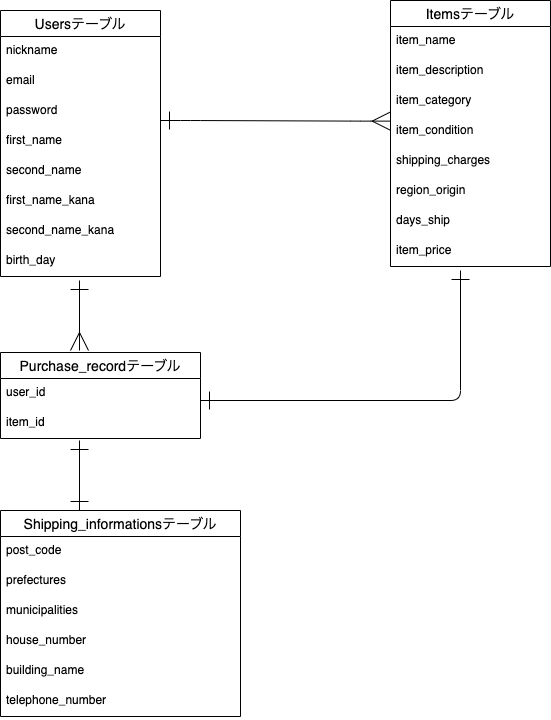
The draw.io diagram er.png in mitsunorinitta/furima-38492, before a commit. Source tidied: cells renumbered, new cells last; positions are measured from the earlier drawing's top-left corner, leaving out a move shared by most shapes. The source it was exported from:
```xml
<mxGraphModel background="#FFFFFF">
  <root>
    <mxCell id="0" />
    <mxCell id="1" parent="0" />
    <mxCell id="2" value="Usersテーブル" style="swimlane;fontStyle=0;horizontal=1;startSize=26;align=center;fontSize=14;" parent="1" vertex="1">
      <mxGeometry y="10" width="160" height="266" as="geometry" />
    </mxCell>
    <mxCell id="3" value="nickname" style="text;strokeColor=none;fillColor=none;spacingLeft=4;spacingRight=4;overflow=hidden;fontSize=12;" parent="2" vertex="1">
      <mxGeometry y="26" width="160" height="30" as="geometry" />
    </mxCell>
    <mxCell id="4" value="email" style="text;strokeColor=none;fillColor=none;spacingLeft=4;spacingRight=4;overflow=hidden;fontSize=12;" parent="2" vertex="1">
      <mxGeometry y="56" width="160" height="30" as="geometry" />
    </mxCell>
    <mxCell id="5" value="password" style="text;strokeColor=none;fillColor=none;spacingLeft=4;spacingRight=4;overflow=hidden;points=[[0,0.5],[1,0.5]];portConstraint=eastwest;fontSize=12;" parent="2" vertex="1">
      <mxGeometry y="86" width="160" height="30" as="geometry" />
    </mxCell>
    <mxCell id="6" value="first_name" style="text;strokeColor=none;fillColor=none;spacingLeft=4;spacingRight=4;overflow=hidden;fontSize=12;" parent="2" vertex="1">
      <mxGeometry y="116" width="160" height="30" as="geometry" />
    </mxCell>
    <mxCell id="7" value="second_name" style="text;strokeColor=none;fillColor=none;spacingLeft=4;spacingRight=4;overflow=hidden;fontSize=12;" parent="2" vertex="1">
      <mxGeometry y="146" width="160" height="30" as="geometry" />
    </mxCell>
    <mxCell id="8" value="first_name_kana" style="text;strokeColor=none;fillColor=none;spacingLeft=4;spacingRight=4;overflow=hidden;fontSize=12;" parent="2" vertex="1">
      <mxGeometry y="176" width="160" height="30" as="geometry" />
    </mxCell>
    <mxCell id="9" value="second_name_kana" style="text;strokeColor=none;fillColor=none;spacingLeft=4;spacingRight=4;overflow=hidden;fontSize=12;" parent="2" vertex="1">
      <mxGeometry y="206" width="160" height="30" as="geometry" />
    </mxCell>
    <mxCell id="10" value="birth_day" style="text;strokeColor=none;fillColor=none;spacingLeft=4;spacingRight=4;overflow=hidden;fontSize=12;" parent="2" vertex="1">
      <mxGeometry y="236" width="160" height="30" as="geometry" />
    </mxCell>
    <mxCell id="11" value="Itemsテーブル" style="swimlane;fontStyle=0;horizontal=1;startSize=26;align=center;fontSize=14;" parent="1" vertex="1">
      <mxGeometry x="390" width="160" height="266" as="geometry" />
    </mxCell>
    <mxCell id="12" value="item_name" style="text;strokeColor=none;fillColor=none;spacingLeft=4;spacingRight=4;overflow=hidden;fontSize=12;" parent="11" vertex="1">
      <mxGeometry y="26" width="160" height="30" as="geometry" />
    </mxCell>
    <mxCell id="13" value="item_description" style="text;strokeColor=none;fillColor=none;spacingLeft=4;spacingRight=4;overflow=hidden;fontSize=12;" parent="11" vertex="1">
      <mxGeometry y="56" width="160" height="30" as="geometry" />
    </mxCell>
    <mxCell id="14" value="item_category" style="text;strokeColor=none;fillColor=none;spacingLeft=4;spacingRight=4;overflow=hidden;fontSize=12;" parent="11" vertex="1">
      <mxGeometry y="86" width="160" height="30" as="geometry" />
    </mxCell>
    <mxCell id="15" value="item_condition" style="text;strokeColor=none;fillColor=none;spacingLeft=4;spacingRight=4;overflow=hidden;points=[[0,0.5],[1,0.5]];portConstraint=eastwest;fontSize=12;" parent="11" vertex="1">
      <mxGeometry y="116" width="160" height="30" as="geometry" />
    </mxCell>
    <mxCell id="16" value="shipping_charges" style="text;strokeColor=none;fillColor=none;spacingLeft=4;spacingRight=4;overflow=hidden;fontSize=12;" parent="11" vertex="1">
      <mxGeometry y="146" width="160" height="30" as="geometry" />
    </mxCell>
    <mxCell id="17" value="region_origin" style="text;strokeColor=none;fillColor=none;spacingLeft=4;spacingRight=4;overflow=hidden;fontSize=12;" parent="11" vertex="1">
      <mxGeometry y="176" width="160" height="30" as="geometry" />
    </mxCell>
    <mxCell id="18" value="days_ship" style="text;strokeColor=none;fillColor=none;spacingLeft=4;spacingRight=4;overflow=hidden;fontSize=12;" parent="11" vertex="1">
      <mxGeometry y="206" width="160" height="30" as="geometry" />
    </mxCell>
    <mxCell id="19" value="item_price" style="text;strokeColor=none;fillColor=none;spacingLeft=4;spacingRight=4;overflow=hidden;fontSize=12;" parent="11" vertex="1">
      <mxGeometry y="236" width="160" height="30" as="geometry" />
    </mxCell>
    <mxCell id="20" style="edgeStyle=none;html=1;strokeWidth=1;startArrow=ERone;startFill=0;endArrow=ERone;endFill=0;startSize=16;endSize=16;" parent="1" edge="1">
      <mxGeometry relative="1" as="geometry">
        <mxPoint x="79" y="510" as="sourcePoint" />
        <mxPoint x="79" y="440" as="targetPoint" />
      </mxGeometry>
    </mxCell>
    <mxCell id="21" value="Shipping_informationsテーブル" style="swimlane;fontStyle=0;horizontal=1;startSize=26;align=center;fontSize=14;" parent="1" vertex="1">
      <mxGeometry y="510" width="240" height="206" as="geometry" />
    </mxCell>
    <mxCell id="22" value="post_code" style="text;strokeColor=none;fillColor=none;spacingLeft=4;spacingRight=4;overflow=hidden;fontSize=12;" parent="21" vertex="1">
      <mxGeometry y="26" width="240" height="30" as="geometry" />
    </mxCell>
    <mxCell id="23" value="prefectures" style="text;strokeColor=none;fillColor=none;spacingLeft=4;spacingRight=4;overflow=hidden;fontSize=12;" parent="21" vertex="1">
      <mxGeometry y="56" width="240" height="30" as="geometry" />
    </mxCell>
    <mxCell id="24" value="municipalities" style="text;strokeColor=none;fillColor=none;spacingLeft=4;spacingRight=4;overflow=hidden;fontSize=12;" parent="21" vertex="1">
      <mxGeometry y="86" width="240" height="30" as="geometry" />
    </mxCell>
    <mxCell id="25" value="house_number" style="text;strokeColor=none;fillColor=none;spacingLeft=4;spacingRight=4;overflow=hidden;fontSize=12;" parent="21" vertex="1">
      <mxGeometry y="116" width="240" height="30" as="geometry" />
    </mxCell>
    <mxCell id="26" value="building_name" style="text;strokeColor=none;fillColor=none;spacingLeft=4;spacingRight=4;overflow=hidden;fontSize=12;" parent="21" vertex="1">
      <mxGeometry y="146" width="240" height="30" as="geometry" />
    </mxCell>
    <mxCell id="27" value="telephone_number" style="text;strokeColor=none;fillColor=none;spacingLeft=4;spacingRight=4;overflow=hidden;fontSize=12;" parent="21" vertex="1">
      <mxGeometry y="176" width="240" height="30" as="geometry" />
    </mxCell>
    <mxCell id="28" style="edgeStyle=entityRelationEdgeStyle;fontSize=12;html=1;endArrow=ERmany;startArrow=ERone;exitX=1;exitY=0.8;exitDx=0;exitDy=0;endSize=16;strokeWidth=1;startSize=16;endFill=0;startFill=0;entryX=-0.002;entryY=0.154;entryDx=0;entryDy=0;entryPerimeter=0;exitPerimeter=0;" parent="1" edge="1" source="5" target="15">
      <mxGeometry relative="1" as="geometry" />
    </mxCell>
    <mxCell id="29" style="edgeStyle=none;html=1;strokeWidth=1;startArrow=ERone;startFill=0;endArrow=ERmany;endFill=0;startSize=16;endSize=16;" parent="1" edge="1">
      <mxGeometry relative="1" as="geometry">
        <mxPoint x="79" y="280" as="sourcePoint" />
        <mxPoint x="79" y="350" as="targetPoint" />
      </mxGeometry>
    </mxCell>
    <mxCell id="30" value="Purchase_recordテーブル" style="swimlane;fontStyle=0;horizontal=1;startSize=26;align=center;fontSize=14;" parent="1" vertex="1">
      <mxGeometry y="352" width="200" height="86" as="geometry" />
    </mxCell>
    <mxCell id="31" value="user_id" style="text;strokeColor=none;fillColor=none;spacingLeft=4;spacingRight=4;overflow=hidden;fontSize=12;" parent="30" vertex="1">
      <mxGeometry y="26" width="200" height="30" as="geometry" />
    </mxCell>
    <mxCell id="32" value="item_id" style="text;strokeColor=none;fillColor=none;spacingLeft=4;spacingRight=4;overflow=hidden;fontSize=12;" parent="30" vertex="1">
      <mxGeometry y="56" width="200" height="30" as="geometry" />
    </mxCell>
    <mxCell id="33" style="edgeStyle=orthogonalEdgeStyle;fontSize=12;html=1;endArrow=ERone;endFill=1;strokeWidth=1;startSize=16;endSize=16;startArrow=ERone;startFill=0;" parent="1" edge="1">
      <mxGeometry relative="1" as="geometry">
        <mxPoint x="200" y="400" as="sourcePoint" />
        <mxPoint x="460" y="270" as="targetPoint" />
        <Array as="points">
          <mxPoint x="460" y="400" />
        </Array>
      </mxGeometry>
    </mxCell>
  </root>
</mxGraphModel>
```
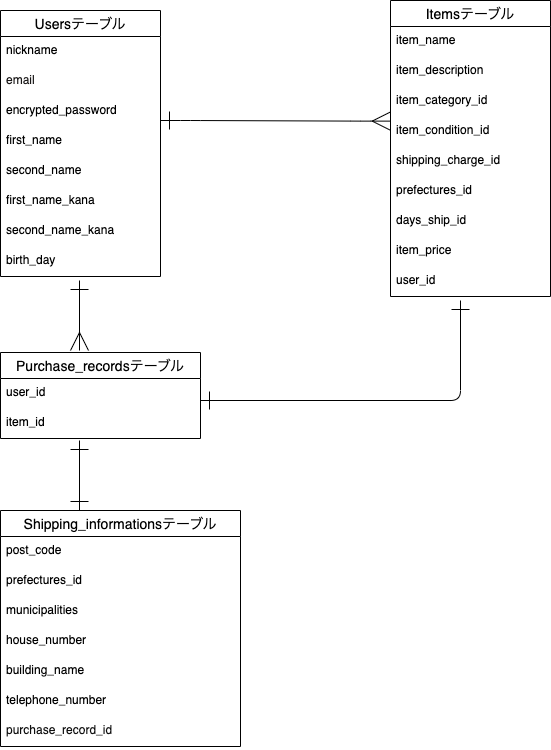
After the change.

Change to the diagram source:
```diff
@@ -1,4 +1,4 @@
-<mxGraphModel background="#FFFFFF">
+<mxGraphModel background="#ffffff">
   <root>
     <mxCell id="0" />
     <mxCell id="1" parent="0" />
@@ -8,10 +8,10 @@
     <mxCell id="3" value="nickname" style="text;strokeColor=none;fillColor=none;spacingLeft=4;spacingRight=4;overflow=hidden;fontSize=12;" parent="2" vertex="1">
       <mxGeometry y="26" width="160" height="30" as="geometry" />
     </mxCell>
-    <mxCell id="4" value="email" style="text;strokeColor=none;fillColor=none;spacingLeft=4;spacingRight=4;overflow=hidden;fontSize=12;" parent="2" vertex="1">
+    <mxCell id="4" value="email" style="text;strokeColor=none;fillColor=none;spacingLeft=4;spacingRight=4;overflow=hidden;fontSize=12;fontColor=#181616;" parent="2" vertex="1">
       <mxGeometry y="56" width="160" height="30" as="geometry" />
     </mxCell>
-    <mxCell id="5" value="password" style="text;strokeColor=none;fillColor=none;spacingLeft=4;spacingRight=4;overflow=hidden;points=[[0,0.5],[1,0.5]];portConstraint=eastwest;fontSize=12;" parent="2" vertex="1">
+    <mxCell id="5" value="encrypted_password" style="text;strokeColor=none;fillColor=none;spacingLeft=4;spacingRight=4;overflow=hidden;points=[[0,0.5],[1,0.5]];portConstraint=eastwest;fontSize=12;" parent="2" vertex="1">
       <mxGeometry y="86" width="160" height="30" as="geometry" />
     </mxCell>
     <mxCell id="6" value="first_name" style="text;strokeColor=none;fillColor=none;spacingLeft=4;spacingRight=4;overflow=hidden;fontSize=12;" parent="2" vertex="1">
@@ -30,7 +30,7 @@
       <mxGeometry y="236" width="160" height="30" as="geometry" />
     </mxCell>
     <mxCell id="11" value="Itemsテーブル" style="swimlane;fontStyle=0;horizontal=1;startSize=26;align=center;fontSize=14;" parent="1" vertex="1">
-      <mxGeometry x="390" width="160" height="266" as="geometry" />
+      <mxGeometry x="390" width="160" height="296" as="geometry" />
     </mxCell>
     <mxCell id="12" value="item_name" style="text;strokeColor=none;fillColor=none;spacingLeft=4;spacingRight=4;overflow=hidden;fontSize=12;" parent="11" vertex="1">
       <mxGeometry y="26" width="160" height="30" as="geometry" />
@@ -38,24 +38,27 @@
     <mxCell id="13" value="item_description" style="text;strokeColor=none;fillColor=none;spacingLeft=4;spacingRight=4;overflow=hidden;fontSize=12;" parent="11" vertex="1">
       <mxGeometry y="56" width="160" height="30" as="geometry" />
     </mxCell>
-    <mxCell id="14" value="item_category" style="text;strokeColor=none;fillColor=none;spacingLeft=4;spacingRight=4;overflow=hidden;fontSize=12;" parent="11" vertex="1">
+    <mxCell id="14" value="item_category_id" style="text;strokeColor=none;fillColor=none;spacingLeft=4;spacingRight=4;overflow=hidden;fontSize=12;" parent="11" vertex="1">
       <mxGeometry y="86" width="160" height="30" as="geometry" />
     </mxCell>
-    <mxCell id="15" value="item_condition" style="text;strokeColor=none;fillColor=none;spacingLeft=4;spacingRight=4;overflow=hidden;points=[[0,0.5],[1,0.5]];portConstraint=eastwest;fontSize=12;" parent="11" vertex="1">
+    <mxCell id="15" value="item_condition_id" style="text;strokeColor=none;fillColor=none;spacingLeft=4;spacingRight=4;overflow=hidden;points=[[0,0.5],[1,0.5]];portConstraint=eastwest;fontSize=12;" parent="11" vertex="1">
       <mxGeometry y="116" width="160" height="30" as="geometry" />
     </mxCell>
-    <mxCell id="16" value="shipping_charges" style="text;strokeColor=none;fillColor=none;spacingLeft=4;spacingRight=4;overflow=hidden;fontSize=12;" parent="11" vertex="1">
+    <mxCell id="16" value="shipping_charge_id" style="text;strokeColor=none;fillColor=none;spacingLeft=4;spacingRight=4;overflow=hidden;fontSize=12;" parent="11" vertex="1">
       <mxGeometry y="146" width="160" height="30" as="geometry" />
     </mxCell>
-    <mxCell id="17" value="region_origin" style="text;strokeColor=none;fillColor=none;spacingLeft=4;spacingRight=4;overflow=hidden;fontSize=12;" parent="11" vertex="1">
+    <mxCell id="17" value="prefectures_id" style="text;strokeColor=none;fillColor=none;spacingLeft=4;spacingRight=4;overflow=hidden;fontSize=12;" parent="11" vertex="1">
       <mxGeometry y="176" width="160" height="30" as="geometry" />
     </mxCell>
-    <mxCell id="18" value="days_ship" style="text;strokeColor=none;fillColor=none;spacingLeft=4;spacingRight=4;overflow=hidden;fontSize=12;" parent="11" vertex="1">
+    <mxCell id="18" value="days_ship_id" style="text;strokeColor=none;fillColor=none;spacingLeft=4;spacingRight=4;overflow=hidden;fontSize=12;" parent="11" vertex="1">
       <mxGeometry y="206" width="160" height="30" as="geometry" />
     </mxCell>
     <mxCell id="19" value="item_price" style="text;strokeColor=none;fillColor=none;spacingLeft=4;spacingRight=4;overflow=hidden;fontSize=12;" parent="11" vertex="1">
       <mxGeometry y="236" width="160" height="30" as="geometry" />
     </mxCell>
+    <mxCell id="34" value="user_id" style="text;strokeColor=none;fillColor=none;spacingLeft=4;spacingRight=4;overflow=hidden;fontSize=12;fontColor=#000000;" parent="11" vertex="1">
+      <mxGeometry y="266" width="160" height="30" as="geometry" />
+    </mxCell>
     <mxCell id="20" style="edgeStyle=none;html=1;strokeWidth=1;startArrow=ERone;startFill=0;endArrow=ERone;endFill=0;startSize=16;endSize=16;" parent="1" edge="1">
       <mxGeometry relative="1" as="geometry">
         <mxPoint x="79" y="510" as="sourcePoint" />
@@ -63,12 +66,12 @@
       </mxGeometry>
     </mxCell>
     <mxCell id="21" value="Shipping_informationsテーブル" style="swimlane;fontStyle=0;horizontal=1;startSize=26;align=center;fontSize=14;" parent="1" vertex="1">
-      <mxGeometry y="510" width="240" height="206" as="geometry" />
+      <mxGeometry y="510" width="240" height="236" as="geometry" />
     </mxCell>
     <mxCell id="22" value="post_code" style="text;strokeColor=none;fillColor=none;spacingLeft=4;spacingRight=4;overflow=hidden;fontSize=12;" parent="21" vertex="1">
       <mxGeometry y="26" width="240" height="30" as="geometry" />
     </mxCell>
-    <mxCell id="23" value="prefectures" style="text;strokeColor=none;fillColor=none;spacingLeft=4;spacingRight=4;overflow=hidden;fontSize=12;" parent="21" vertex="1">
+    <mxCell id="23" value="prefectures_id" style="text;strokeColor=none;fillColor=none;spacingLeft=4;spacingRight=4;overflow=hidden;fontSize=12;" parent="21" vertex="1">
       <mxGeometry y="56" width="240" height="30" as="geometry" />
     </mxCell>
     <mxCell id="24" value="municipalities" style="text;strokeColor=none;fillColor=none;spacingLeft=4;spacingRight=4;overflow=hidden;fontSize=12;" parent="21" vertex="1">
@@ -83,6 +86,9 @@
     <mxCell id="27" value="telephone_number" style="text;strokeColor=none;fillColor=none;spacingLeft=4;spacingRight=4;overflow=hidden;fontSize=12;" parent="21" vertex="1">
       <mxGeometry y="176" width="240" height="30" as="geometry" />
     </mxCell>
+    <mxCell id="35" value="purchase_record_id" style="text;strokeColor=none;fillColor=none;spacingLeft=4;spacingRight=4;overflow=hidden;fontSize=12;fontColor=#0f0f0f;" parent="21" vertex="1">
+      <mxGeometry y="206" width="240" height="30" as="geometry" />
+    </mxCell>
     <mxCell id="28" style="edgeStyle=entityRelationEdgeStyle;fontSize=12;html=1;endArrow=ERmany;startArrow=ERone;exitX=1;exitY=0.8;exitDx=0;exitDy=0;endSize=16;strokeWidth=1;startSize=16;endFill=0;startFill=0;entryX=-0.002;entryY=0.154;entryDx=0;entryDy=0;entryPerimeter=0;exitPerimeter=0;" parent="1" edge="1" source="5" target="15">
       <mxGeometry relative="1" as="geometry" />
     </mxCell>
@@ -92,7 +98,7 @@
         <mxPoint x="79" y="350" as="targetPoint" />
       </mxGeometry>
     </mxCell>
-    <mxCell id="30" value="Purchase_recordテーブル" style="swimlane;fontStyle=0;horizontal=1;startSize=26;align=center;fontSize=14;" parent="1" vertex="1">
+    <mxCell id="30" value="Purchase_recordsテーブル" style="swimlane;fontStyle=0;horizontal=1;startSize=26;align=center;fontSize=14;" parent="1" vertex="1">
       <mxGeometry y="352" width="200" height="86" as="geometry" />
     </mxCell>
     <mxCell id="31" value="user_id" style="text;strokeColor=none;fillColor=none;spacingLeft=4;spacingRight=4;overflow=hidden;fontSize=12;" parent="30" vertex="1">
@@ -104,7 +110,7 @@
     <mxCell id="33" style="edgeStyle=orthogonalEdgeStyle;fontSize=12;html=1;endArrow=ERone;endFill=1;strokeWidth=1;startSize=16;endSize=16;startArrow=ERone;startFill=0;" parent="1" edge="1">
       <mxGeometry relative="1" as="geometry">
         <mxPoint x="200" y="400" as="sourcePoint" />
-        <mxPoint x="460" y="270" as="targetPoint" />
+        <mxPoint x="460" y="300" as="targetPoint" />
         <Array as="points">
           <mxPoint x="460" y="400" />
         </Array>
```
